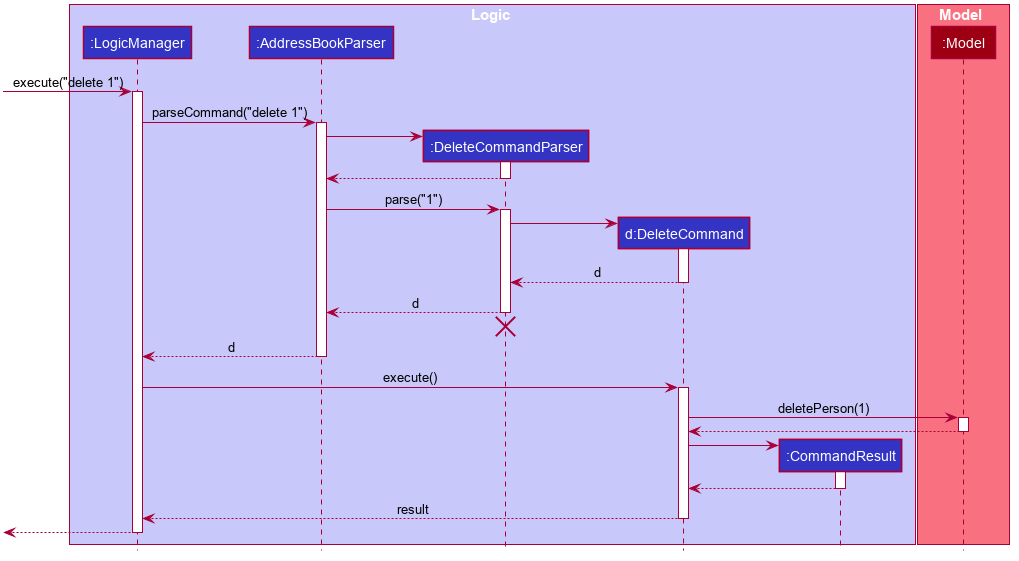
This is docs/images/DeleteSequenceDiagram.png from nus-cs2103-AY2223S2/tp, a PlantUML export, as it was before one commit.
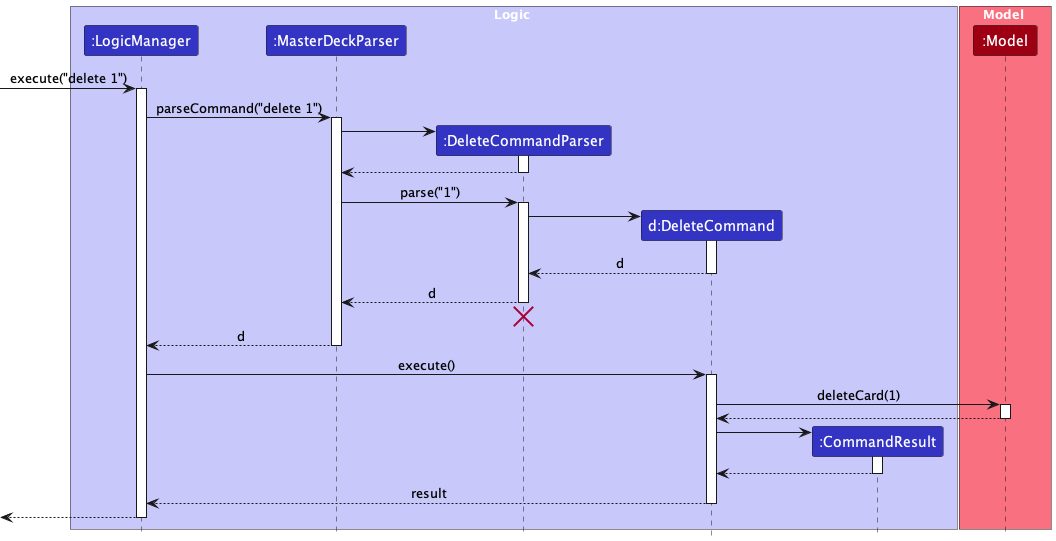
The same diagram one commit later.

The edit, as a diff of the source:
```diff
@@ -1,79 +1,32 @@
 @startuml
+!include style.puml
 
-
-
-
-
-
-
-
-skinparam BackgroundColor #FFFFFFF
-
-skinparam Shadowing false
-
-skinparam Class {
-    FontColor #FFFFFF
-    BorderThickness 1
-    BorderColor #FFFFFF
-    StereotypeFontColor #FFFFFF
-    FontName Arial
-}
-
-skinparam Actor {
-    BorderColor #000000
-    Color #000000
-    FontName Arial
-}
-
-skinparam Sequence {
-    MessageAlign center
-    BoxFontSize 15
-    BoxPadding 0
-    BoxFontColor #FFFFFF
-    FontName Arial
-}
-
-skinparam Participant {
-    FontColor #FFFFFFF
-    Padding 20
-}
-
-skinparam MinClassWidth 50
-skinparam ParticipantPadding 10
-skinparam Shadowing false
-skinparam DefaultTextAlignment center
-skinparam packageStyle Rectangle
-
-hide footbox
-hide members
-hide circle
-
-box Logic #C8C8FA
-participant ":LogicManager" as LogicManager #3333C4
-participant ":AddressBookParser" as AddressBookParser #3333C4
-participant ":DeleteCommandParser" as DeleteCommandParser #3333C4
-participant "d:DeleteCommand" as DeleteCommand #3333C4
-participant ":CommandResult" as CommandResult #3333C4
+box Logic LOGIC_COLOR_T1
+participant ":LogicManager" as LogicManager LOGIC_COLOR
+participant ":MasterDeckParser" as MasterDeckParser LOGIC_COLOR
+participant ":DeleteCommandParser" as DeleteCommandParser LOGIC_COLOR
+participant "d:DeleteCommand" as DeleteCommand LOGIC_COLOR
+participant ":CommandResult" as CommandResult LOGIC_COLOR
 end box
 
-box Model #F97181
-participant ":Model" as Model #9D0012
+box Model MODEL_COLOR_T1
+participant ":Model" as Model MODEL_COLOR
 end box
 
 [-> LogicManager : execute("delete 1")
 activate LogicManager
 
-LogicManager -> AddressBookParser : parseCommand("delete 1")
-activate AddressBookParser
+LogicManager -> MasterDeckParser : parseCommand("delete 1")
+activate MasterDeckParser
 
 create DeleteCommandParser
-AddressBookParser -> DeleteCommandParser
+MasterDeckParser -> DeleteCommandParser
 activate DeleteCommandParser
 
-DeleteCommandParser --> AddressBookParser
+DeleteCommandParser --> MasterDeckParser
 deactivate DeleteCommandParser
 
-AddressBookParser -> DeleteCommandParser : parse("1")
+MasterDeckParser -> DeleteCommandParser : parse("1")
 activate DeleteCommandParser
 
 create DeleteCommand
@@ -83,18 +36,18 @@
 DeleteCommand --> DeleteCommandParser : d
 deactivate DeleteCommand
 
-DeleteCommandParser --> AddressBookParser : d
+DeleteCommandParser --> MasterDeckParser : d
 deactivate DeleteCommandParser
-DeleteCommandParser -[hidden]-> AddressBookParser
+DeleteCommandParser -[hidden]-> MasterDeckParser
 destroy DeleteCommandParser
 
-AddressBookParser --> LogicManager : d
-deactivate AddressBookParser
+MasterDeckParser --> LogicManager : d
+deactivate MasterDeckParser
 
 LogicManager -> DeleteCommand : execute()
 activate DeleteCommand
 
-DeleteCommand -> Model : deletePerson(1)
+DeleteCommand -> Model : deleteCard(1)
 activate Model
 
 Model --> DeleteCommand
```
